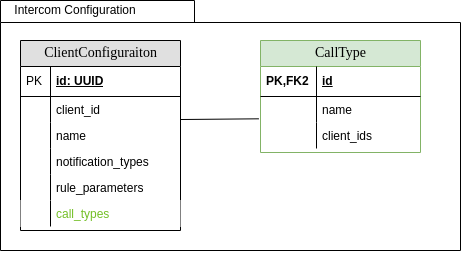
Above: src/graphics/diagramms/erd_intercom_v02.drawio.png in jsvilling/IP6_Bachelorarbeit_Bericht_Cloudbasiertes_Praxisrufsystem (draw.io), before the change. Source tidied: cells renumbered, new cells last; positions are measured from the earlier drawing's top-left corner, leaving out a move shared by most shapes. The source it was exported from:
```xml
<mxGraphModel>
  <root>
    <mxCell id="0" />
    <mxCell id="1" parent="0" />
    <mxCell id="2" style="shape=folder;fontStyle=1;spacingTop=10;tabWidth=194;tabHeight=22;tabPosition=left;html=1;rounded=0;shadow=0;comic=0;labelBackgroundColor=none;strokeWidth=1;fillColor=none;fontFamily=Verdana;fontSize=10;align=center;" parent="1" vertex="1">
      <mxGeometry width="460" height="250" as="geometry" />
    </mxCell>
    <mxCell id="3" value="ClientConfiguraiton" style="swimlane;html=1;fontStyle=0;horizontal=1;startSize=26;fillColor=#e0e0e0;swimlaneFillColor=#ffffff;align=center;rounded=0;shadow=0;comic=0;labelBackgroundColor=none;strokeWidth=1;fontFamily=Verdana;fontSize=14;" parent="1" vertex="1">
      <mxGeometry x="20" y="40" width="160" height="190" as="geometry" />
    </mxCell>
    <mxCell id="4" value="id: UUID" style="shape=partialRectangle;top=0;left=0;right=0;bottom=1;html=1;align=left;verticalAlign=middle;fillColor=none;spacingLeft=34;spacingRight=4;whiteSpace=wrap;overflow=hidden;fontStyle=5;" parent="3" vertex="1">
      <mxGeometry y="26" width="160" height="30" as="geometry" />
    </mxCell>
    <mxCell id="5" value="PK" style="shape=partialRectangle;top=0;left=0;bottom=0;html=1;fillColor=none;align=left;verticalAlign=middle;spacingLeft=4;spacingRight=4;whiteSpace=wrap;overflow=hidden;" parent="4" vertex="1">
      <mxGeometry width="30" height="30" as="geometry" />
    </mxCell>
    <mxCell id="6" value="client_id" style="shape=partialRectangle;top=0;left=0;right=0;bottom=0;html=1;align=left;verticalAlign=top;fillColor=none;spacingLeft=34;spacingRight=4;whiteSpace=wrap;overflow=hidden;" parent="3" vertex="1">
      <mxGeometry y="56" width="160" height="26" as="geometry" />
    </mxCell>
    <mxCell id="7" style="shape=partialRectangle;top=0;left=0;bottom=0;html=1;fillColor=none;align=left;verticalAlign=top;spacingLeft=4;spacingRight=4;whiteSpace=wrap;overflow=hidden;" parent="6" vertex="1">
      <mxGeometry width="30" height="26" as="geometry" />
    </mxCell>
    <mxCell id="8" value="name" style="shape=partialRectangle;top=0;left=0;right=0;bottom=0;html=1;align=left;verticalAlign=top;fillColor=none;spacingLeft=34;spacingRight=4;whiteSpace=wrap;overflow=hidden;points=[[0,0.5],[1,0.5]];portConstraint=eastwest;" parent="3" vertex="1">
      <mxGeometry y="82" width="160" height="26" as="geometry" />
    </mxCell>
    <mxCell id="9" style="shape=partialRectangle;top=0;left=0;bottom=0;html=1;fillColor=none;align=left;verticalAlign=top;spacingLeft=4;spacingRight=4;whiteSpace=wrap;overflow=hidden;" parent="8" vertex="1">
      <mxGeometry width="30" height="26" as="geometry" />
    </mxCell>
    <mxCell id="10" value="notification_types" style="shape=partialRectangle;top=0;left=0;right=0;bottom=0;html=1;align=left;verticalAlign=top;fillColor=none;spacingLeft=34;spacingRight=4;whiteSpace=wrap;overflow=hidden;" parent="3" vertex="1">
      <mxGeometry y="108" width="160" height="26" as="geometry" />
    </mxCell>
    <mxCell id="11" style="shape=partialRectangle;top=0;left=0;bottom=0;html=1;fillColor=none;align=left;verticalAlign=top;spacingLeft=4;spacingRight=4;whiteSpace=wrap;overflow=hidden;" parent="10" vertex="1">
      <mxGeometry width="30" height="26" as="geometry" />
    </mxCell>
    <mxCell id="12" value="rule_parameters" style="shape=partialRectangle;top=0;left=0;right=0;bottom=0;html=1;align=left;verticalAlign=top;fillColor=none;spacingLeft=34;spacingRight=4;whiteSpace=wrap;overflow=hidden;" parent="3" vertex="1">
      <mxGeometry y="134" width="160" height="26" as="geometry" />
    </mxCell>
    <mxCell id="13" style="shape=partialRectangle;top=0;left=0;bottom=0;html=1;fillColor=none;align=left;verticalAlign=top;spacingLeft=4;spacingRight=4;whiteSpace=wrap;overflow=hidden;" parent="12" vertex="1">
      <mxGeometry width="30" height="26" as="geometry" />
    </mxCell>
    <mxCell id="14" value="call_types" style="shape=partialRectangle;top=0;left=0;right=0;bottom=0;html=1;align=left;verticalAlign=top;spacingLeft=34;spacingRight=4;whiteSpace=wrap;overflow=hidden;fontColor=#73BF26;" parent="3" vertex="1">
      <mxGeometry y="160" width="160" height="26" as="geometry" />
    </mxCell>
    <mxCell id="15" style="shape=partialRectangle;top=0;left=0;bottom=0;html=1;fillColor=none;align=left;verticalAlign=top;spacingLeft=4;spacingRight=4;whiteSpace=wrap;overflow=hidden;" parent="14" vertex="1">
      <mxGeometry width="30" height="26" as="geometry" />
    </mxCell>
    <mxCell id="16" value="CallType" style="swimlane;html=1;fontStyle=0;horizontal=1;startSize=26;fillColor=#d5e8d4;swimlaneFillColor=#ffffff;align=center;rounded=0;shadow=0;comic=0;labelBackgroundColor=none;strokeWidth=1;fontFamily=Verdana;fontSize=14;strokeColor=#82b366;" parent="1" vertex="1">
      <mxGeometry x="260" y="40" width="160" height="112" as="geometry" />
    </mxCell>
    <mxCell id="17" value="id" style="shape=partialRectangle;top=0;left=0;right=0;bottom=1;html=1;align=left;verticalAlign=middle;fillColor=none;spacingLeft=60;spacingRight=4;whiteSpace=wrap;overflow=hidden;fontStyle=5;" parent="16" vertex="1">
      <mxGeometry y="26" width="160" height="30" as="geometry" />
    </mxCell>
    <mxCell id="18" value="PK,FK2" style="shape=partialRectangle;fontStyle=1;top=0;left=0;bottom=0;html=1;fillColor=none;align=left;verticalAlign=middle;spacingLeft=4;spacingRight=4;whiteSpace=wrap;overflow=hidden;" parent="17" vertex="1">
      <mxGeometry width="56" height="30" as="geometry" />
    </mxCell>
    <mxCell id="19" value="name" style="shape=partialRectangle;top=0;left=0;right=0;bottom=0;html=1;align=left;verticalAlign=top;fillColor=none;spacingLeft=60;spacingRight=4;whiteSpace=wrap;overflow=hidden;points=[[0,0.5],[1,0.5]];portConstraint=eastwest;" parent="16" vertex="1">
      <mxGeometry y="56" width="160" height="26" as="geometry" />
    </mxCell>
    <mxCell id="20" style="shape=partialRectangle;top=0;left=0;bottom=0;html=1;fillColor=none;align=left;verticalAlign=top;spacingLeft=4;spacingRight=4;whiteSpace=wrap;overflow=hidden;" parent="19" vertex="1">
      <mxGeometry width="56" height="26" as="geometry" />
    </mxCell>
    <mxCell id="21" value="client_ids" style="shape=partialRectangle;top=0;left=0;right=0;bottom=0;html=1;align=left;verticalAlign=top;fillColor=none;spacingLeft=60;spacingRight=4;whiteSpace=wrap;overflow=hidden;" parent="16" vertex="1">
      <mxGeometry y="82" width="160" height="26" as="geometry" />
    </mxCell>
    <mxCell id="22" style="shape=partialRectangle;top=0;left=0;bottom=0;html=1;fillColor=none;align=left;verticalAlign=top;spacingLeft=4;spacingRight=4;whiteSpace=wrap;overflow=hidden;" parent="21" vertex="1">
      <mxGeometry width="56" height="26" as="geometry" />
    </mxCell>
    <mxCell id="23" value="Intercom Configuration" style="text;html=1;strokeColor=none;fillColor=none;align=center;verticalAlign=middle;whiteSpace=wrap;rounded=0;" parent="1" vertex="1">
      <mxGeometry width="150" height="20" as="geometry" />
    </mxCell>
    <mxCell id="24" style="endArrow=none;html=1;rounded=0;exitX=1.003;exitY=-0.115;exitDx=0;exitDy=0;exitPerimeter=0;entryX=-0.01;entryY=0.858;entryDx=0;entryDy=0;entryPerimeter=0;" parent="1" edge="1" source="8" target="19">
      <mxGeometry relative="1" as="geometry" />
    </mxCell>
    <mxCell id="25" style="edgeStyle=orthogonalEdgeStyle;rounded=0;orthogonalLoop=1;jettySize=auto;html=1;exitX=0.5;exitY=1;exitDx=0;exitDy=0;exitPerimeter=0;startArrow=none;startFill=0;" parent="1" edge="1" source="2" target="2">
      <mxGeometry relative="1" as="geometry" />
    </mxCell>
  </root>
</mxGraphModel>
```
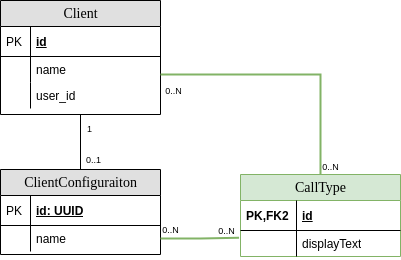
The same diagram one commit later.

Commit message:
Fix erd intercom

The edit, as a diff of the source:
```diff
@@ -2,50 +2,44 @@
   <root>
     <mxCell id="0" />
     <mxCell id="1" parent="0" />
-    <mxCell id="2" style="shape=folder;fontStyle=1;spacingTop=10;tabWidth=194;tabHeight=22;tabPosition=left;html=1;rounded=0;shadow=0;comic=0;labelBackgroundColor=none;strokeWidth=1;fillColor=none;fontFamily=Verdana;fontSize=10;align=center;" parent="1" vertex="1">
-      <mxGeometry width="460" height="250" as="geometry" />
-    </mxCell>
     <mxCell id="3" value="ClientConfiguraiton" style="swimlane;html=1;fontStyle=0;horizontal=1;startSize=26;fillColor=#e0e0e0;swimlaneFillColor=#ffffff;align=center;rounded=0;shadow=0;comic=0;labelBackgroundColor=none;strokeWidth=1;fontFamily=Verdana;fontSize=14;" parent="1" vertex="1">
-      <mxGeometry x="20" y="40" width="160" height="190" as="geometry" />
+      <mxGeometry x="-380" y="-121" width="160" height="85" as="geometry" />
     </mxCell>
     <mxCell id="4" value="id: UUID" style="shape=partialRectangle;top=0;left=0;right=0;bottom=1;html=1;align=left;verticalAlign=middle;fillColor=none;spacingLeft=34;spacingRight=4;whiteSpace=wrap;overflow=hidden;fontStyle=5;" parent="3" vertex="1">
       <mxGeometry y="26" width="160" height="30" as="geometry" />
     </mxCell>
-    <mxCell id="5" value="PK" style="shape=partialRectangle;top=0;left=0;bottom=0;html=1;fillColor=none;align=left;verticalAlign=middle;spacingLeft=4;spacingRight=4;whiteSpace=wrap;overflow=hidden;" parent="4" vertex="1">
-      <mxGeometry width="30" height="30" as="geometry" />
-    </mxCell>
-    <mxCell id="6" value="client_id" style="shape=partialRectangle;top=0;left=0;right=0;bottom=0;html=1;align=left;verticalAlign=top;fillColor=none;spacingLeft=34;spacingRight=4;whiteSpace=wrap;overflow=hidden;" parent="3" vertex="1">
-      <mxGeometry y="56" width="160" height="26" as="geometry" />
-    </mxCell>
-    <mxCell id="7" style="shape=partialRectangle;top=0;left=0;bottom=0;html=1;fillColor=none;align=left;verticalAlign=top;spacingLeft=4;spacingRight=4;whiteSpace=wrap;overflow=hidden;" parent="6" vertex="1">
-      <mxGeometry width="30" height="26" as="geometry" />
-    </mxCell>
-    <mxCell id="8" value="name" style="shape=partialRectangle;top=0;left=0;right=0;bottom=0;html=1;align=left;verticalAlign=top;fillColor=none;spacingLeft=34;spacingRight=4;whiteSpace=wrap;overflow=hidden;points=[[0,0.5],[1,0.5]];portConstraint=eastwest;" parent="3" vertex="1">
-      <mxGeometry y="82" width="160" height="26" as="geometry" />
-    </mxCell>
-    <mxCell id="9" style="shape=partialRectangle;top=0;left=0;bottom=0;html=1;fillColor=none;align=left;verticalAlign=top;spacingLeft=4;spacingRight=4;whiteSpace=wrap;overflow=hidden;" parent="8" vertex="1">
-      <mxGeometry width="30" height="26" as="geometry" />
-    </mxCell>
-    <mxCell id="10" value="notification_types" style="shape=partialRectangle;top=0;left=0;right=0;bottom=0;html=1;align=left;verticalAlign=top;fillColor=none;spacingLeft=34;spacingRight=4;whiteSpace=wrap;overflow=hidden;" parent="3" vertex="1">
-      <mxGeometry y="108" width="160" height="26" as="geometry" />
-    </mxCell>
-    <mxCell id="11" style="shape=partialRectangle;top=0;left=0;bottom=0;html=1;fillColor=none;align=left;verticalAlign=top;spacingLeft=4;spacingRight=4;whiteSpace=wrap;overflow=hidden;" parent="10" vertex="1">
-      <mxGeometry width="30" height="26" as="geometry" />
-    </mxCell>
-    <mxCell id="12" value="rule_parameters" style="shape=partialRectangle;top=0;left=0;right=0;bottom=0;html=1;align=left;verticalAlign=top;fillColor=none;spacingLeft=34;spacingRight=4;whiteSpace=wrap;overflow=hidden;" parent="3" vertex="1">
-      <mxGeometry y="134" width="160" height="26" as="geometry" />
-    </mxCell>
-    <mxCell id="13" style="shape=partialRectangle;top=0;left=0;bottom=0;html=1;fillColor=none;align=left;verticalAlign=top;spacingLeft=4;spacingRight=4;whiteSpace=wrap;overflow=hidden;" parent="12" vertex="1">
-      <mxGeometry width="30" height="26" as="geometry" />
-    </mxCell>
-    <mxCell id="14" value="call_types" style="shape=partialRectangle;top=0;left=0;right=0;bottom=0;html=1;align=left;verticalAlign=top;spacingLeft=34;spacingRight=4;whiteSpace=wrap;overflow=hidden;fontColor=#73BF26;" parent="3" vertex="1">
-      <mxGeometry y="160" width="160" height="26" as="geometry" />
-    </mxCell>
-    <mxCell id="15" style="shape=partialRectangle;top=0;left=0;bottom=0;html=1;fillColor=none;align=left;verticalAlign=top;spacingLeft=4;spacingRight=4;whiteSpace=wrap;overflow=hidden;" parent="14" vertex="1">
-      <mxGeometry width="30" height="26" as="geometry" />
-    </mxCell>
+    <mxCell id="26" value="PK" style="shape=partialRectangle;top=0;left=0;bottom=0;html=1;fillColor=none;align=left;verticalAlign=middle;spacingLeft=4;spacingRight=4;whiteSpace=wrap;overflow=hidden;" parent="4" vertex="1">
+      <mxGeometry width="30" height="30" as="geometry" />
+    </mxCell>
+    <mxCell id="27" value="name" style="shape=partialRectangle;top=0;left=0;right=0;bottom=0;html=1;align=left;verticalAlign=top;fillColor=none;spacingLeft=34;spacingRight=4;whiteSpace=wrap;overflow=hidden;points=[[0,0.5],[1,0.5]];portConstraint=eastwest;" parent="3" vertex="1">
+      <mxGeometry y="56" width="160" height="26" as="geometry" />
+    </mxCell>
+    <mxCell id="28" style="shape=partialRectangle;top=0;left=0;bottom=0;html=1;fillColor=none;align=left;verticalAlign=top;spacingLeft=4;spacingRight=4;whiteSpace=wrap;overflow=hidden;" parent="27" vertex="1">
+      <mxGeometry width="30" height="26" as="geometry" />
+    </mxCell>
+    <mxCell id="29" value="Client" style="swimlane;html=1;fontStyle=0;horizontal=1;startSize=26;fillColor=#e0e0e0;swimlaneFillColor=#ffffff;align=center;rounded=0;shadow=0;comic=0;labelBackgroundColor=none;strokeWidth=1;fontFamily=Verdana;fontSize=14;swimlaneLine=1;" parent="1" vertex="1">
+      <mxGeometry x="-380" y="-290" width="160" height="114" as="geometry" />
+    </mxCell>
+    <mxCell id="30" value="id" style="shape=partialRectangle;top=0;left=0;right=0;bottom=1;html=1;align=left;verticalAlign=middle;fillColor=none;spacingLeft=34;spacingRight=4;whiteSpace=wrap;overflow=hidden;fontStyle=5;" parent="29" vertex="1">
+      <mxGeometry y="26" width="160" height="30" as="geometry" />
+    </mxCell>
+    <mxCell id="31" value="PK" style="shape=partialRectangle;top=0;left=0;bottom=0;html=1;fillColor=none;align=left;verticalAlign=middle;spacingLeft=4;spacingRight=4;whiteSpace=wrap;overflow=hidden;" parent="30" vertex="1">
+      <mxGeometry width="30" height="30" as="geometry" />
+    </mxCell>
+    <mxCell id="32" value="name" style="shape=partialRectangle;top=0;left=0;right=0;bottom=0;html=1;align=left;verticalAlign=top;fillColor=none;spacingLeft=34;spacingRight=4;whiteSpace=wrap;overflow=hidden;" parent="29" vertex="1">
+      <mxGeometry y="56" width="160" height="26" as="geometry" />
+    </mxCell>
+    <mxCell id="33" style="shape=partialRectangle;top=0;left=0;bottom=0;html=1;fillColor=none;align=left;verticalAlign=top;spacingLeft=4;spacingRight=4;whiteSpace=wrap;overflow=hidden;" parent="32" vertex="1">
+      <mxGeometry width="30" height="26" as="geometry" />
+    </mxCell>
+    <mxCell id="34" value="user_id" style="shape=partialRectangle;top=0;left=0;right=0;bottom=0;html=1;align=left;verticalAlign=top;fillColor=none;spacingLeft=34;spacingRight=4;whiteSpace=wrap;overflow=hidden;points=[[0,0.5],[1,0.5]];portConstraint=eastwest;" parent="29" vertex="1">
+      <mxGeometry y="82" width="160" height="26" as="geometry" />
+    </mxCell>
+    <mxCell id="35" style="shape=partialRectangle;top=0;left=0;bottom=0;html=1;fillColor=none;align=left;verticalAlign=top;spacingLeft=4;spacingRight=4;whiteSpace=wrap;overflow=hidden;" parent="34" vertex="1">
+      <mxGeometry width="30" height="26" as="geometry" />
+    </mxCell>
     <mxCell id="16" value="CallType" style="swimlane;html=1;fontStyle=0;horizontal=1;startSize=26;fillColor=#d5e8d4;swimlaneFillColor=#ffffff;align=center;rounded=0;shadow=0;comic=0;labelBackgroundColor=none;strokeWidth=1;fontFamily=Verdana;fontSize=14;strokeColor=#82b366;" parent="1" vertex="1">
-      <mxGeometry x="260" y="40" width="160" height="112" as="geometry" />
+      <mxGeometry x="-140" y="-116" width="160" height="82" as="geometry" />
     </mxCell>
     <mxCell id="17" value="id" style="shape=partialRectangle;top=0;left=0;right=0;bottom=1;html=1;align=left;verticalAlign=middle;fillColor=none;spacingLeft=60;spacingRight=4;whiteSpace=wrap;overflow=hidden;fontStyle=5;" parent="16" vertex="1">
       <mxGeometry y="26" width="160" height="30" as="geometry" />
@@ -53,26 +47,45 @@
     <mxCell id="18" value="PK,FK2" style="shape=partialRectangle;fontStyle=1;top=0;left=0;bottom=0;html=1;fillColor=none;align=left;verticalAlign=middle;spacingLeft=4;spacingRight=4;whiteSpace=wrap;overflow=hidden;" parent="17" vertex="1">
       <mxGeometry width="56" height="30" as="geometry" />
     </mxCell>
-    <mxCell id="19" value="name" style="shape=partialRectangle;top=0;left=0;right=0;bottom=0;html=1;align=left;verticalAlign=top;fillColor=none;spacingLeft=60;spacingRight=4;whiteSpace=wrap;overflow=hidden;points=[[0,0.5],[1,0.5]];portConstraint=eastwest;" parent="16" vertex="1">
-      <mxGeometry y="56" width="160" height="26" as="geometry" />
-    </mxCell>
-    <mxCell id="20" style="shape=partialRectangle;top=0;left=0;bottom=0;html=1;fillColor=none;align=left;verticalAlign=top;spacingLeft=4;spacingRight=4;whiteSpace=wrap;overflow=hidden;" parent="19" vertex="1">
-      <mxGeometry width="56" height="26" as="geometry" />
-    </mxCell>
-    <mxCell id="21" value="client_ids" style="shape=partialRectangle;top=0;left=0;right=0;bottom=0;html=1;align=left;verticalAlign=top;fillColor=none;spacingLeft=60;spacingRight=4;whiteSpace=wrap;overflow=hidden;" parent="16" vertex="1">
-      <mxGeometry y="82" width="160" height="26" as="geometry" />
-    </mxCell>
-    <mxCell id="22" style="shape=partialRectangle;top=0;left=0;bottom=0;html=1;fillColor=none;align=left;verticalAlign=top;spacingLeft=4;spacingRight=4;whiteSpace=wrap;overflow=hidden;" parent="21" vertex="1">
-      <mxGeometry width="56" height="26" as="geometry" />
-    </mxCell>
-    <mxCell id="23" value="Intercom Configuration" style="text;html=1;strokeColor=none;fillColor=none;align=center;verticalAlign=middle;whiteSpace=wrap;rounded=0;" parent="1" vertex="1">
-      <mxGeometry width="150" height="20" as="geometry" />
-    </mxCell>
-    <mxCell id="24" style="endArrow=none;html=1;rounded=0;exitX=1.003;exitY=-0.115;exitDx=0;exitDy=0;exitPerimeter=0;entryX=-0.01;entryY=0.858;entryDx=0;entryDy=0;entryPerimeter=0;" parent="1" edge="1" source="8" target="19">
-      <mxGeometry relative="1" as="geometry" />
-    </mxCell>
-    <mxCell id="25" style="edgeStyle=orthogonalEdgeStyle;rounded=0;orthogonalLoop=1;jettySize=auto;html=1;exitX=0.5;exitY=1;exitDx=0;exitDy=0;exitPerimeter=0;startArrow=none;startFill=0;" parent="1" edge="1" source="2" target="2">
-      <mxGeometry relative="1" as="geometry" />
-    </mxCell>
+    <mxCell id="36" value="displayText" style="shape=partialRectangle;top=0;left=0;right=0;bottom=0;html=1;align=left;verticalAlign=top;fillColor=none;spacingLeft=60;spacingRight=4;whiteSpace=wrap;overflow=hidden;points=[[0,0.5],[1,0.5]];portConstraint=eastwest;" parent="16" vertex="1">
+      <mxGeometry y="56" width="160" height="26" as="geometry" />
+    </mxCell>
+    <mxCell id="37" style="shape=partialRectangle;top=0;left=0;bottom=0;html=1;fillColor=none;align=left;verticalAlign=top;spacingLeft=4;spacingRight=4;whiteSpace=wrap;overflow=hidden;" parent="36" vertex="1">
+      <mxGeometry width="56" height="26" as="geometry" />
+    </mxCell>
+    <mxCell id="38" value="0..N" style="text;html=1;align=center;verticalAlign=middle;strokeColor=none;fillColor=none;fontSize=9;" parent="1" vertex="1">
+      <mxGeometry x="-225" y="-71" width="30" height="20" as="geometry" />
+    </mxCell>
+    <mxCell id="39" value="0..N" style="text;html=1;align=center;verticalAlign=middle;strokeColor=none;fillColor=none;fontSize=9;" parent="1" vertex="1">
+      <mxGeometry x="-169" y="-70" width="30" height="20" as="geometry" />
+    </mxCell>
+    <mxCell id="40" value="0..N" style="text;html=1;align=center;verticalAlign=middle;strokeColor=none;fillColor=none;fontSize=9;" parent="1" vertex="1">
+      <mxGeometry x="-65" y="-134" width="30" height="20" as="geometry" />
+    </mxCell>
+    <mxCell id="41" value="0..N" style="text;html=1;align=center;verticalAlign=middle;strokeColor=none;fillColor=none;fontSize=9;" parent="1" vertex="1">
+      <mxGeometry x="-222" y="-210" width="30" height="20" as="geometry" />
+    </mxCell>
+    <mxCell id="42" value="1" style="text;html=1;align=center;verticalAlign=middle;strokeColor=none;fillColor=none;fontSize=9;" parent="1" vertex="1">
+      <mxGeometry x="-301" y="-172" width="20" height="20" as="geometry" />
+    </mxCell>
+    <mxCell id="43" value="0..1" style="text;html=1;align=center;verticalAlign=middle;strokeColor=none;fillColor=none;fontSize=9;" parent="1" vertex="1">
+      <mxGeometry x="-302" y="-141" width="30" height="20" as="geometry" />
+    </mxCell>
+    <mxCell id="44" style="edgeStyle=orthogonalEdgeStyle;rounded=0;orthogonalLoop=1;jettySize=auto;html=1;endArrow=none;endFill=0;fillColor=#d5e8d4;strokeColor=#82b366;strokeWidth=2;" parent="1" edge="1">
+      <mxGeometry relative="1" as="geometry">
+        <mxPoint x="-60" y="-116" as="sourcePoint" />
+        <mxPoint x="-220" y="-216" as="targetPoint" />
+        <Array as="points">
+          <mxPoint x="-60" y="-216" />
+          <mxPoint x="-220" y="-216" />
+        </Array>
+      </mxGeometry>
+    </mxCell>
+    <mxCell id="45" style="endArrow=none;html=1;rounded=0;entryX=0.5;entryY=1.231;entryDx=0;entryDy=0;entryPerimeter=0;exitX=0.5;exitY=0;exitDx=0;exitDy=0;" parent="1" edge="1" source="3" target="34">
+      <mxGeometry relative="1" as="geometry" />
+    </mxCell>
+    <mxCell id="46" style="edgeStyle=orthogonalEdgeStyle;rounded=0;jettySize=auto;html=1;entryX=-0.009;entryY=0.276;entryDx=0;entryDy=0;entryPerimeter=0;endArrow=none;endFill=0;fillColor=#d5e8d4;strokeColor=#82b366;strokeWidth=2;" parent="1" edge="1" source="27" target="36">
+      <mxGeometry relative="1" as="geometry" />
+    </mxCell>
   </root>
 </mxGraphModel>
```
